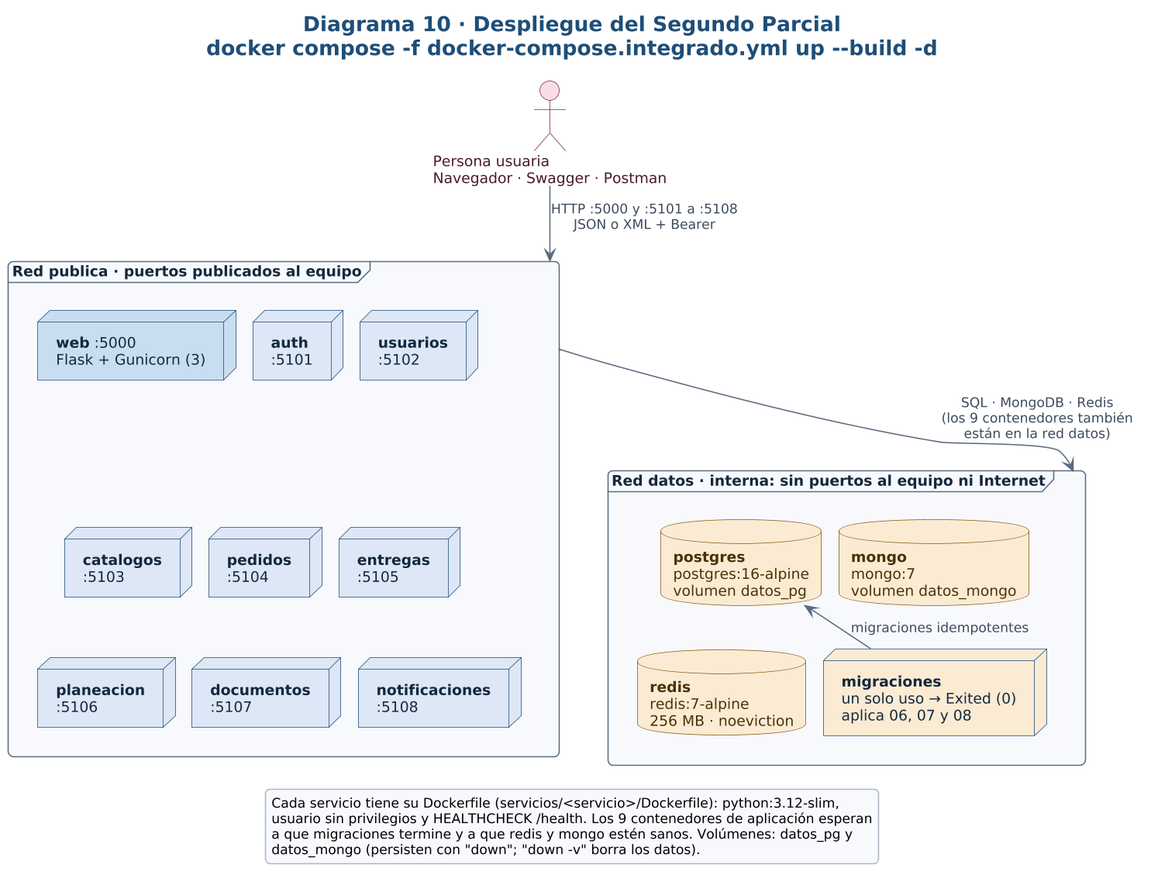
mauro-castp/proyecto-integracion keeps this PlantUML diagram as bloque_d/diagramas/10_despliegue_microservicios.png. Above is the earlier version.
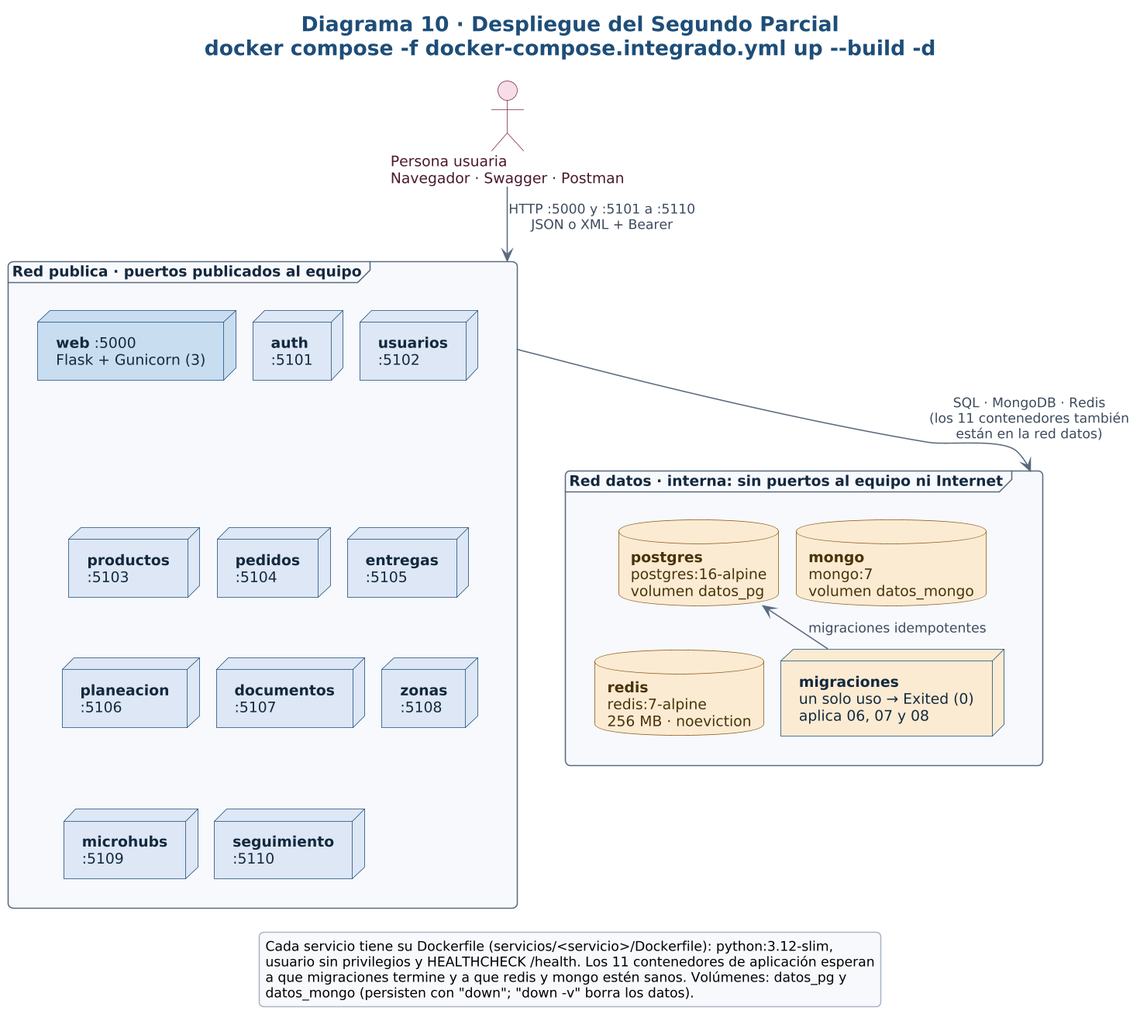
The same diagram one commit later.

Diff of the diagram source:
```diff
@@ -21,12 +21,14 @@
   node "**web** :5000\nFlask + Gunicorn (3)" as W #C9DCF0
   node "**auth**\n:5101" as S1
   node "**usuarios**\n:5102" as S2
-  node "**catalogos**\n:5103" as S3
+  node "**productos**\n:5103" as S3
   node "**pedidos**\n:5104" as S4
   node "**entregas**\n:5105" as S5
   node "**planeacion**\n:5106" as S6
   node "**documentos**\n:5107" as S7
-  node "**notificaciones**\n:5108" as S8
+  node "**zonas**\n:5108" as S8
+  node "**microhubs**\n:5109" as S9
+  node "**seguimiento**\n:5110" as S10
 }
 
 frame "Red **datos** · interna: sin puertos al equipo ni Internet" as DAT {
@@ -42,19 +44,21 @@
 S4 -[hidden]right- S5
 S6 -[hidden]right- S7
 S7 -[hidden]right- S8
+S9 -[hidden]right- S10
 W -[hidden]down- S3
 S3 -[hidden]down- S6
+S6 -[hidden]down- S9
 PG -[hidden]right- MG
 RD -[hidden]right- MIG
 PG -[hidden]down- RD
 
-USR --> PUB : HTTP :5000 y :5101 a :5108\nJSON o XML + Bearer
-PUB --> DAT : SQL · MongoDB · Redis\n(los 9 contenedores también\nestán en la red datos)
+USR --> PUB : HTTP :5000 y :5101 a :5110\nJSON o XML + Bearer
+PUB --> DAT : SQL · MongoDB · Redis\n(los 11 contenedores también\nestán en la red datos)
 MIG --> PG : migraciones idempotentes
 
 legend bottom
   Cada servicio tiene su Dockerfile (servicios/<servicio>/Dockerfile): python:3.12-slim,
-  usuario sin privilegios y HEALTHCHECK /health. Los 9 contenedores de aplicación esperan
+  usuario sin privilegios y HEALTHCHECK /health. Los 11 contenedores de aplicación esperan
   a que migraciones termine y a que redis y mongo estén sanos. Volúmenes: datos_pg y
   datos_mongo (persisten con "down"; "down -v" borra los datos).
 endlegend
```
